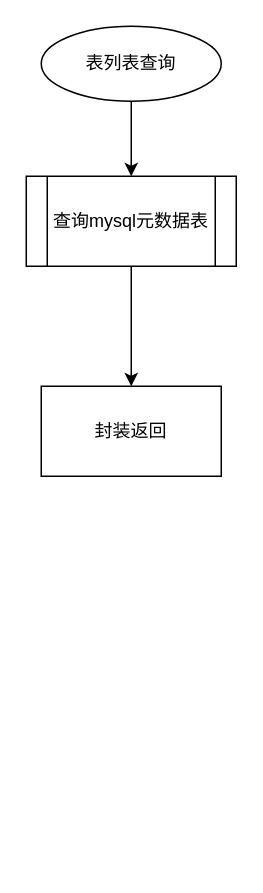
1418956397/JavaWeb-Project-Source-Share keeps this draw.io diagram as 表列表查询流程图.drawio. Above is the earlier version. Source tidied: cells renumbered, new cells numbered last; positions are measured from the earlier drawing's top-left corner, leaving out a move shared by most shapes. Both pictures are drawn from the tidied source at 150%, with x=0, y=0 at pixel (26, 26).
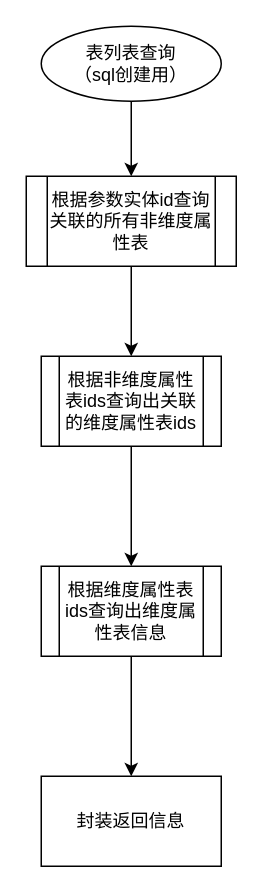
The same diagram, later.

Commit message:
更新表列表查询流程图.drawio

Diff of the diagram source:
```diff
@@
 <mxGraphModel>
   <root>
     <mxCell id="0" />
     <mxCell id="1" parent="0" />
     <mxCell id="2" style="edgeStyle=orthogonalEdgeStyle;rounded=0;jettySize=auto;html=1;" parent="1" edge="1" source="3" target="5">
       <mxGeometry relative="1" as="geometry" />
     </mxCell>
-    <mxCell id="3" value="表列表查询" style="ellipse;whiteSpace=wrap;html=1;" parent="1" vertex="1">
+    <mxCell id="3" value="表列表查询&lt;div&gt;（sql创建用）&lt;/div&gt;" style="ellipse;whiteSpace=wrap;html=1;" parent="1" vertex="1">
       <mxGeometry x="10" width="120" height="50" as="geometry" />
     </mxCell>
-    <mxCell id="4" style="edgeStyle=orthogonalEdgeStyle;rounded=0;jettySize=auto;html=1;" parent="1" edge="1" source="5" target="6">
-      <mxGeometry relative="1" as="geometry" />
-    </mxCell>
+    <mxCell id="7" style="edgeStyle=orthogonalEdgeStyle;rounded=0;jettySize=auto;html=1;" parent="1" edge="1" source="5" target="9">
+      <mxGeometry relative="1" as="geometry" />
+    </mxCell>
-    <mxCell id="5" value="查询mysql元数据表" style="shape=process;whiteSpace=wrap;html=1;backgroundOutline=1;" parent="1" vertex="1">
+    <mxCell id="5" value="根据参数实体id查询关联的所有非维度属性表" style="shape=process;whiteSpace=wrap;html=1;backgroundOutline=1;" parent="1" vertex="1">
       <mxGeometry y="100" width="140" height="60" as="geometry" />
     </mxCell>
-    <mxCell id="6" value="封装返回" style="whiteSpace=wrap;html=1;" parent="1" vertex="1">
-      <mxGeometry x="10" y="240" width="120" height="60" as="geometry" />
-    </mxCell>
+    <mxCell id="8" style="edgeStyle=orthogonalEdgeStyle;rounded=0;jettySize=auto;html=1;" parent="1" edge="1" source="9" target="11">
+      <mxGeometry relative="1" as="geometry" />
+    </mxCell>
+    <mxCell id="9" value="根据非维度属性表ids查询出关联的维度属性表ids" style="shape=process;whiteSpace=wrap;html=1;backgroundOutline=1;" parent="1" vertex="1">
+      <mxGeometry x="10" y="220" width="120" height="60" as="geometry" />
+    </mxCell>
+    <mxCell id="10" style="edgeStyle=orthogonalEdgeStyle;rounded=0;jettySize=auto;html=1;" parent="1" edge="1" source="11" target="12">
+      <mxGeometry relative="1" as="geometry" />
+    </mxCell>
+    <mxCell id="11" value="根据维度属性表ids查询出维度属性表信息" style="shape=process;whiteSpace=wrap;html=1;backgroundOutline=1;" parent="1" vertex="1">
+      <mxGeometry x="10" y="360" width="120" height="60" as="geometry" />
+    </mxCell>
+    <mxCell id="12" value="封装返回信息" style="whiteSpace=wrap;html=1;" parent="1" vertex="1">
+      <mxGeometry x="10" y="500" width="120" height="60" as="geometry" />
+    </mxCell>
   </root>
 </mxGraphModel>
```
